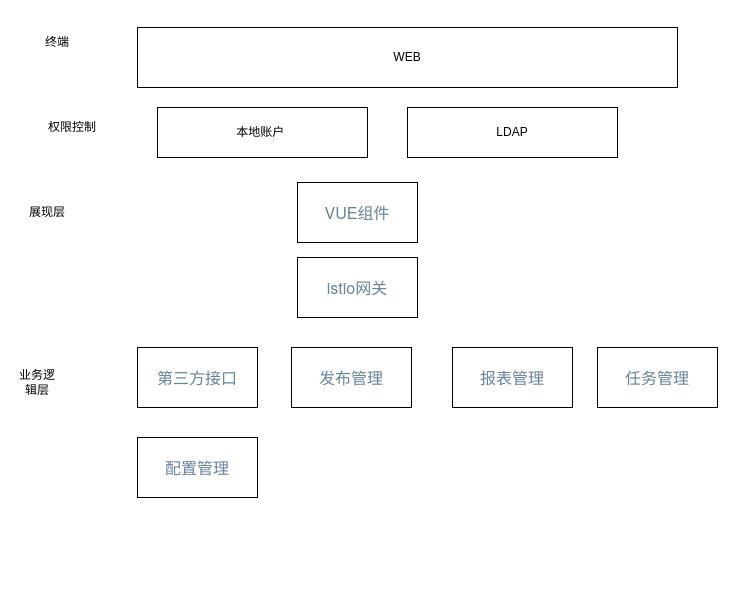
The draw.io diagram 统一门户.drawio in tengxiao/zabbix-report, before the edit. Source tidied: cells renumbered, new cells numbered last; positions are measured from the earlier drawing's top-left corner, leaving out a move shared by most shapes. Both pictures are drawn from the tidied source at 100%, with x=0, y=0 at pixel (17, 17).
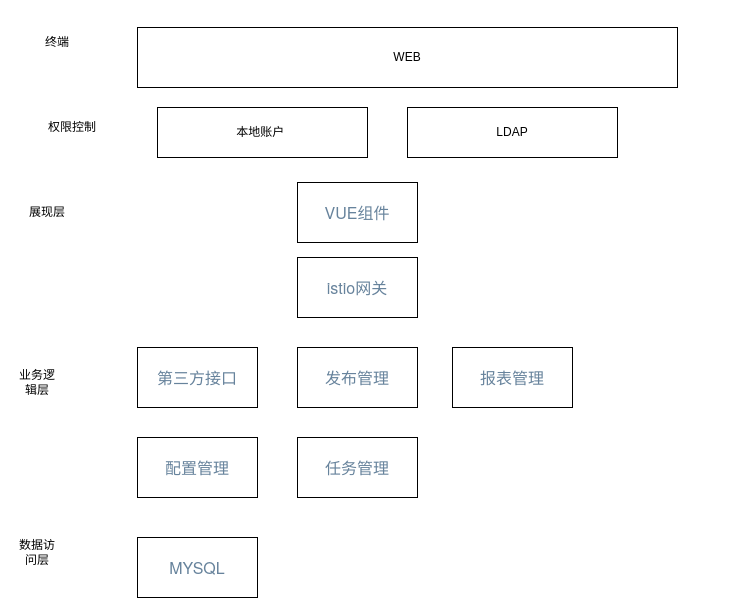
The same page after the edit.

Commit message (it also covers changes not shown here):
更新统一门户.drawio

The edit, as a diff of the source:
```diff
@@
 <mxGraphModel>
   <root>
     <mxCell id="0" />
     <mxCell id="1" parent="0" />
     <mxCell id="2" value="WEB" style="rounded=0;whiteSpace=wrap;html=1;" parent="1" vertex="1">
       <mxGeometry x="120" y="10" width="540" height="60" as="geometry" />
     </mxCell>
     <mxCell id="3" value="&lt;span style=&quot;color: rgb(103 , 131 , 156) ; font-family: &amp;#34;helvetica neue&amp;#34; , &amp;#34;helvetica&amp;#34; , &amp;#34;arial&amp;#34; , sans-serif ; font-size: 16px ; background-color: rgb(255 , 255 , 255)&quot;&gt;VUE组件&lt;/span&gt;" style="rounded=0;whiteSpace=wrap;html=1;" parent="1" vertex="1">
       <mxGeometry x="280" y="165" width="120" height="60" as="geometry" />
     </mxCell>
     <mxCell id="4" value="终端" style="text;html=1;strokeColor=none;fillColor=none;align=center;verticalAlign=middle;whiteSpace=wrap;rounded=0;" parent="1" vertex="1">
       <mxGeometry x="20" width="40" height="50" as="geometry" />
     </mxCell>
     <mxCell id="5" value="展现层" style="text;html=1;strokeColor=none;fillColor=none;align=center;verticalAlign=middle;whiteSpace=wrap;rounded=0;" parent="1" vertex="1">
       <mxGeometry x="10" y="170" width="40" height="50" as="geometry" />
     </mxCell>
     <mxCell id="6" value="本地账户&lt;span style=&quot;white-space: pre&quot;&gt; &lt;/span&gt;" style="rounded=0;whiteSpace=wrap;html=1;" parent="1" vertex="1">
       <mxGeometry x="140" y="90" width="210" height="50" as="geometry" />
     </mxCell>
     <mxCell id="7" value="LDAP" style="rounded=0;whiteSpace=wrap;html=1;" parent="1" vertex="1">
       <mxGeometry x="390" y="90" width="210" height="50" as="geometry" />
     </mxCell>
     <mxCell id="8" value="权限控制" style="text;html=1;strokeColor=none;fillColor=none;align=center;verticalAlign=middle;whiteSpace=wrap;rounded=0;" parent="1" vertex="1">
       <mxGeometry x="20" y="100" width="70" height="20" as="geometry" />
     </mxCell>
     <mxCell id="9" value="业务逻辑层" style="text;html=1;strokeColor=none;fillColor=none;align=center;verticalAlign=middle;whiteSpace=wrap;rounded=0;" parent="1" vertex="1">
       <mxGeometry y="340" width="40" height="50" as="geometry" />
     </mxCell>
     <mxCell id="10" value="&lt;span style=&quot;color: rgb(103 , 131 , 156) ; font-family: &amp;#34;helvetica neue&amp;#34; , &amp;#34;helvetica&amp;#34; , &amp;#34;arial&amp;#34; , sans-serif ; font-size: 16px ; background-color: rgb(255 , 255 , 255)&quot;&gt;第三方接口&lt;/span&gt;" style="rounded=0;whiteSpace=wrap;html=1;" parent="1" vertex="1">
       <mxGeometry x="120" y="330" width="120" height="60" as="geometry" />
     </mxCell>
     <mxCell id="11" value="&lt;font color=&quot;#67839c&quot; face=&quot;helvetica neue, helvetica, arial, sans-serif&quot;&gt;&lt;span style=&quot;font-size: 16px ; background-color: rgb(255 , 255 , 255)&quot;&gt;istio网关&lt;/span&gt;&lt;/font&gt;" style="rounded=0;whiteSpace=wrap;html=1;" parent="1" vertex="1">
       <mxGeometry x="280" y="240" width="120" height="60" as="geometry" />
     </mxCell>
     <mxCell id="12" value="&lt;span style=&quot;color: rgb(103 , 131 , 156) ; font-family: &amp;#34;helvetica neue&amp;#34; , &amp;#34;helvetica&amp;#34; , &amp;#34;arial&amp;#34; , sans-serif ; font-size: 16px ; background-color: rgb(255 , 255 , 255)&quot;&gt;发布管理&lt;/span&gt;" style="rounded=0;whiteSpace=wrap;html=1;" parent="1" vertex="1">
-      <mxGeometry x="274" y="330" width="120" height="60" as="geometry" />
+      <mxGeometry x="280" y="330" width="120" height="60" as="geometry" />
     </mxCell>
     <mxCell id="13" value="&lt;span style=&quot;color: rgb(103 , 131 , 156) ; font-family: &amp;#34;helvetica neue&amp;#34; , &amp;#34;helvetica&amp;#34; , &amp;#34;arial&amp;#34; , sans-serif ; font-size: 16px ; background-color: rgb(255 , 255 , 255)&quot;&gt;报表管理&lt;/span&gt;" style="rounded=0;whiteSpace=wrap;html=1;" parent="1" vertex="1">
       <mxGeometry x="435" y="330" width="120" height="60" as="geometry" />
     </mxCell>
     <mxCell id="14" value="&lt;font color=&quot;#67839c&quot; face=&quot;helvetica neue, helvetica, arial, sans-serif&quot;&gt;&lt;span style=&quot;font-size: 16px ; background-color: rgb(255 , 255 , 255)&quot;&gt;任务管理&lt;/span&gt;&lt;/font&gt;" style="rounded=0;whiteSpace=wrap;html=1;" parent="1" vertex="1">
-      <mxGeometry x="580" y="330" width="120" height="60" as="geometry" />
+      <mxGeometry x="280" y="420" width="120" height="60" as="geometry" />
     </mxCell>
     <mxCell id="15" value="&lt;font color=&quot;#67839c&quot; face=&quot;helvetica neue, helvetica, arial, sans-serif&quot;&gt;&lt;span style=&quot;font-size: 16px ; background-color: rgb(255 , 255 , 255)&quot;&gt;配置管理&lt;/span&gt;&lt;/font&gt;" style="rounded=0;whiteSpace=wrap;html=1;" parent="1" vertex="1">
       <mxGeometry x="120" y="420" width="120" height="60" as="geometry" />
     </mxCell>
+    <mxCell id="16" value="数据访问层" style="text;html=1;strokeColor=none;fillColor=none;align=center;verticalAlign=middle;whiteSpace=wrap;rounded=0;" parent="1" vertex="1">
+      <mxGeometry y="510" width="40" height="50" as="geometry" />
+    </mxCell>
+    <mxCell id="17" value="&lt;font color=&quot;#67839c&quot; face=&quot;helvetica neue, helvetica, arial, sans-serif&quot;&gt;&lt;span style=&quot;font-size: 16px ; background-color: rgb(255 , 255 , 255)&quot;&gt;MYSQL&lt;/span&gt;&lt;/font&gt;" style="rounded=0;whiteSpace=wrap;html=1;" parent="1" vertex="1">
+      <mxGeometry x="120" y="520" width="120" height="60" as="geometry" />
+    </mxCell>
   </root>
 </mxGraphModel>
```
